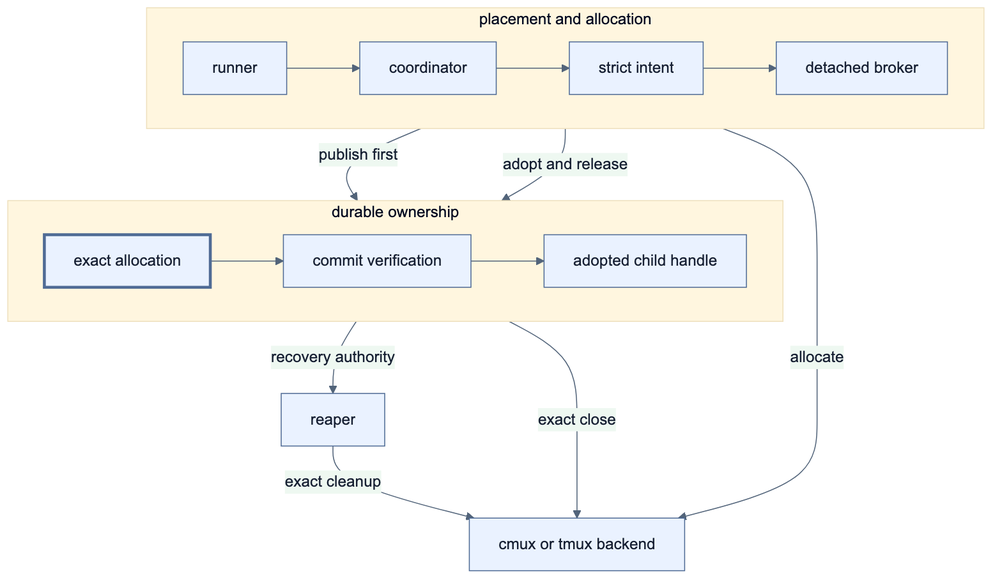
Before: docs/diagram/interactive-layout-coordination.png, a diagram exported from Mermaid (spi-ca/pi-subagent). Its source is kept beside it as docs/diagram/interactive-layout-coordination.mmd. Its diagram source:
```mermaid
flowchart TB
  subgraph Launch[placement and allocation]
    direction LR
    R[runner] --> C[coordinator]
    C --> I[strict intent]
    I --> B[detached broker]
  end

  subgraph Ownership[durable ownership]
    direction LR
    D[exact allocation] --> V[commit verification]
    V --> H[adopted child handle]
  end

  X[cmux or tmux backend]
  Z[reaper]

  B -->|allocate| X
  B -->|publish first| D
  C -->|adopt and release| H
  H -->|exact close| X
  D -->|recovery authority| Z
  Z -->|exact cleanup| X

  classDef authority stroke-width:3px
  class D authority
```
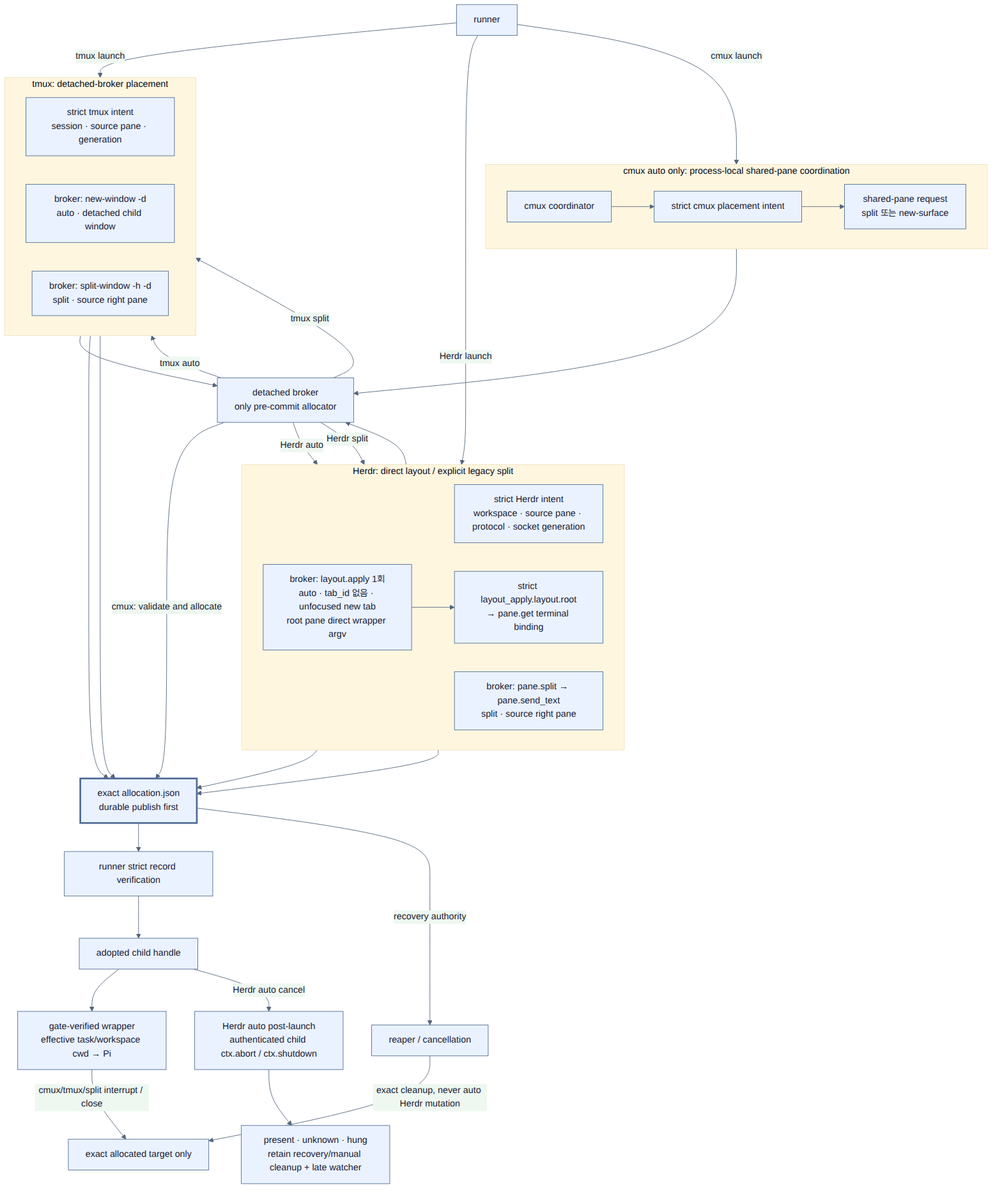
After the change.

Diff of the diagram source:
```diff
@@ -1,26 +1,61 @@
 flowchart TB
-  subgraph Launch[placement and allocation]
+  R[runner]
+
+  subgraph Cmux[cmux auto only: process-local shared-pane coordination]
     direction LR
-    R[runner] --> C[coordinator]
-    C --> I[strict intent]
-    I --> B[detached broker]
+    C[cmux coordinator] --> CI[strict cmux placement intent]
+    CI --> CP[shared-pane request<br/>split 또는 new-surface]
   end
 
-  subgraph Ownership[durable ownership]
+  subgraph Herdr[Herdr: direct layout / explicit legacy split]
     direction LR
-    D[exact allocation] --> V[commit verification]
-    V --> H[adopted child handle]
+    HI[strict Herdr intent<br/>workspace · source pane · protocol · socket generation]
+    HT[broker: layout.apply 1회<br/>auto · tab_id 없음 · unfocused new tab<br/>root pane direct wrapper argv]
+    HB[strict layout_apply.layout.root<br/>→ pane.get terminal binding]
+    HS[broker: pane.split → pane.send_text<br/>split · source right pane]
   end
 
-  X[cmux or tmux backend]
-  Z[reaper]
+  subgraph Tmux[tmux: detached-broker placement]
+    direction LR
+    TI[strict tmux intent<br/>session · source pane · generation]
+    TA[broker: new-window -d<br/>auto · detached child window]
+    TS[broker: split-window -h -d<br/>split · source right pane]
+  end
 
-  B -->|allocate| X
-  B -->|publish first| D
-  C -->|adopt and release| H
-  H -->|exact close| X
-  D -->|recovery authority| Z
-  Z -->|exact cleanup| X
+  B[detached broker<br/>only pre-commit allocator]
+  A[exact allocation.json<br/>durable publish first]
+  V[runner strict record verification]
+  D[adopted child handle]
+  G[gate-verified wrapper<br/>effective task/workspace cwd → Pi]
+  Z[reaper / cancellation]
+  X[exact allocated target only]
+  HC[Herdr auto post-launch<br/>authenticated child ctx.abort / ctx.shutdown]
+  HR[present · unknown · hung<br/>retain recovery/manual cleanup + late watcher]
+
+  R -->|cmux launch| C
+  R -->|Herdr launch| HI
+  R -->|tmux launch| TI
+  CP --> B
+  HI --> B
+  TI --> B
+  B -->|cmux: validate and allocate| A
+  B -->|Herdr auto| HT
+  HT --> HB
+  B -->|Herdr split| HS
+  B -->|tmux auto| TA
+  B -->|tmux split| TS
+  HB --> A
+  HS --> A
+  TA --> A
+  TS --> A
+  A --> V
+  V --> D
+  D --> G
+  G -->|cmux/tmux/split interrupt / close| X
+  D -->|Herdr auto cancel| HC
+  HC --> HR
+  A -->|recovery authority| Z
+  Z -->|exact cleanup, never auto Herdr mutation| X
 
   classDef authority stroke-width:3px
-  class D authority
+  class A authority
```
